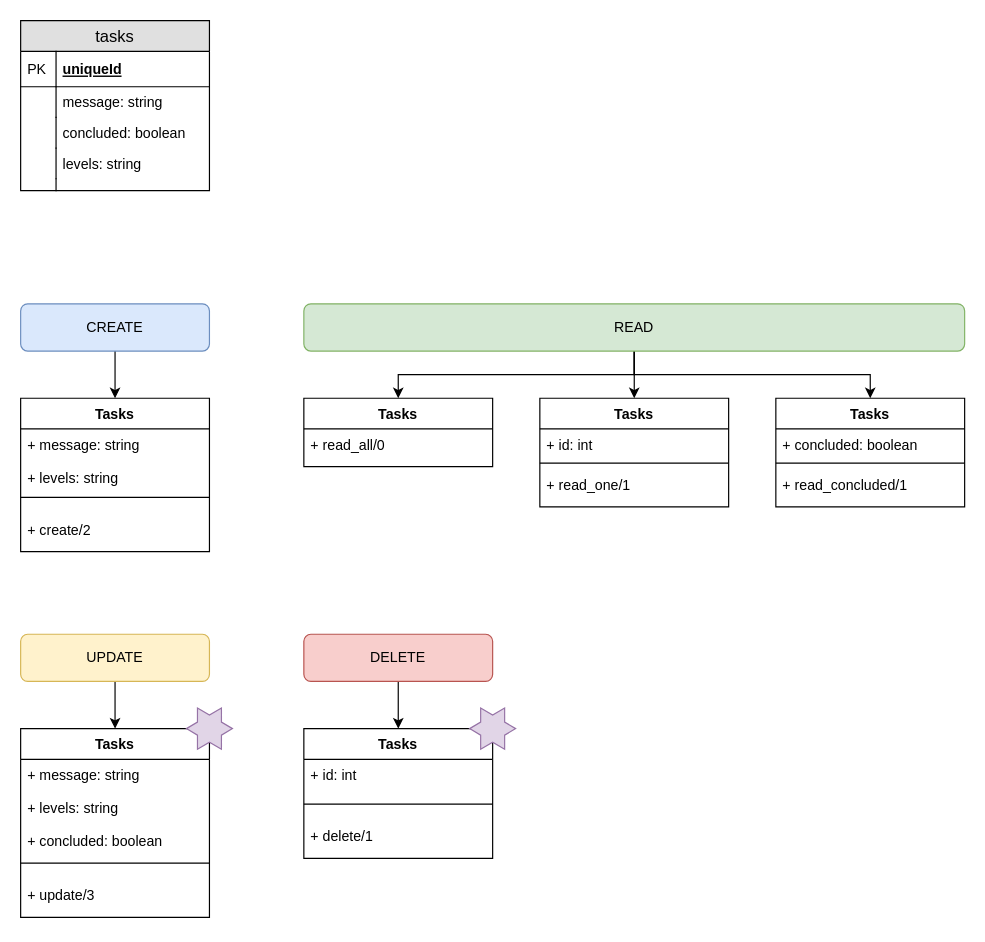
marlon-Symczecym/gerentask_file keeps this draw.io diagram as UML/uml.drawio. Above is the earlier version. Source tidied: cells renumbered, new cells numbered last; positions are measured from the earlier drawing's top-left corner, leaving out a move shared by most shapes. Both pictures are drawn from the tidied source at 118%, with x=0, y=0 at pixel (20, 20).
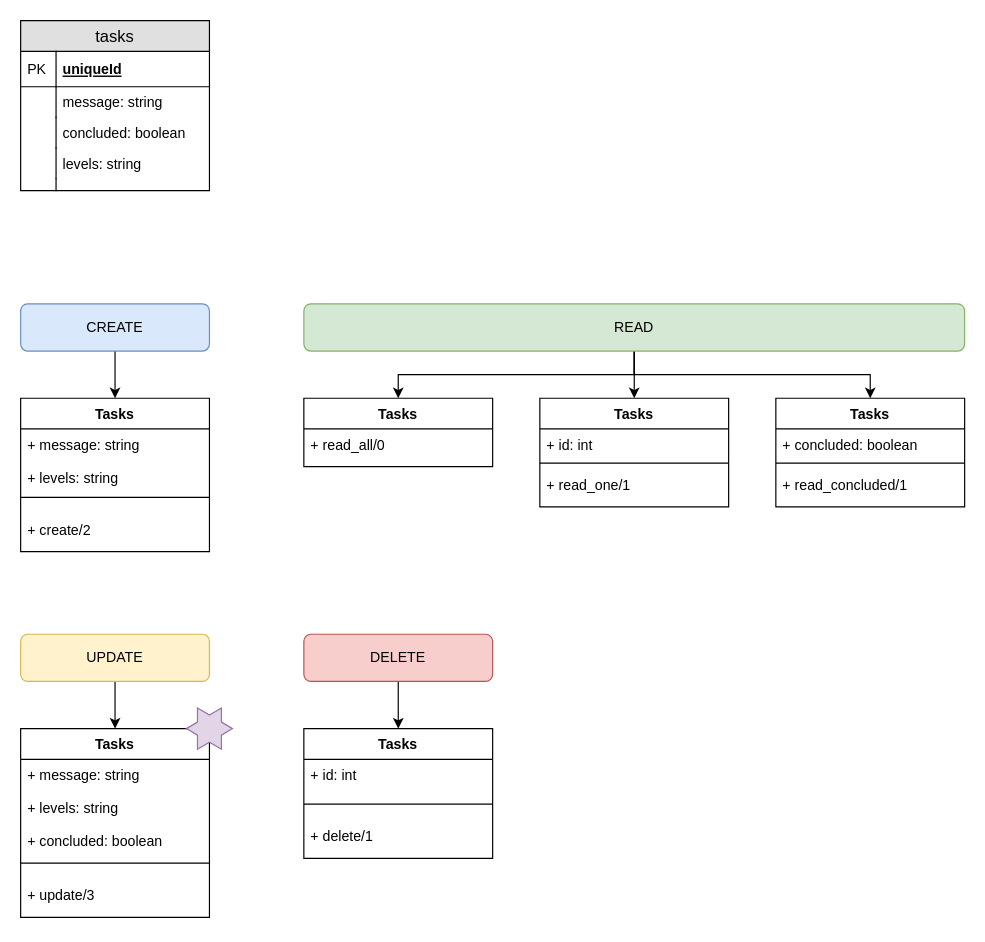
Above is the later version.

What changed in the source:
```diff
@@
-    <mxCell id="47" style="verticalLabelPosition=bottom;verticalAlign=top;html=1;shape=mxgraph.basic.6_point_star;fillColor=#e1d5e7;strokeColor=#9673a6;" parent="1" vertex="1">
-      <mxGeometry x="380.5" y="582.5" width="39" height="35" as="geometry" />
-    </mxCell>
```
